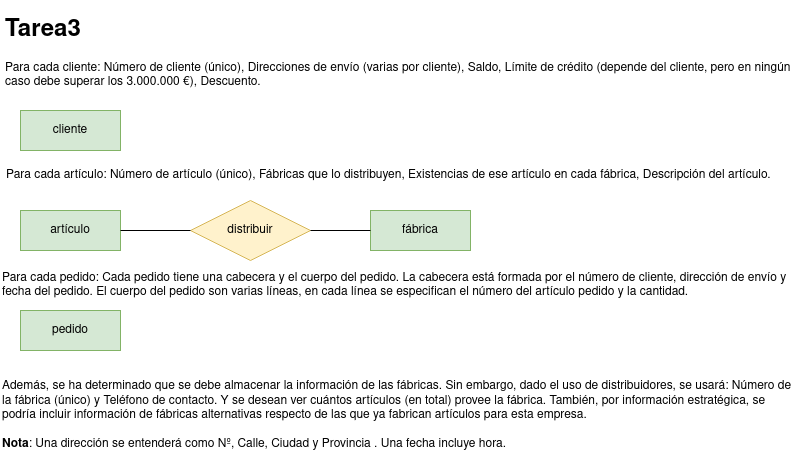
Before: tareasER/tarea3.png, a diagram exported from draw.io (javigh193/bae). Source tidied: cells renumbered, new cells last; positions are measured from the earlier drawing's top-left corner, leaving out a move shared by most shapes. Its diagram source:
```xml
<mxGraphModel>
  <root>
    <mxCell id="0" />
    <mxCell id="1" parent="0" />
    <mxCell id="2" value="&lt;h1&gt;Tarea3&lt;/h1&gt;&lt;div&gt;Para cada cliente: Número de cliente (único), Direcciones de envío (varias por cliente), Saldo, Límite de crédito (depende del cliente, pero en ningún caso debe superar los 3.000.000 €), Descuento.&lt;/div&gt;" style="text;html=1;strokeColor=none;fillColor=none;spacing=5;spacingTop=-20;whiteSpace=wrap;overflow=hidden;rounded=0;" parent="1" vertex="1">
      <mxGeometry width="800" height="90" as="geometry" />
    </mxCell>
    <mxCell id="3" value="cliente" style="whiteSpace=wrap;html=1;align=center;fillColor=#d5e8d4;strokeColor=#82b366;" parent="1" vertex="1">
      <mxGeometry x="20" y="100" width="100" height="40" as="geometry" />
    </mxCell>
    <mxCell id="4" value="Para cada artículo: Número de artículo (único), Fábricas que lo distribuyen, Existencias de ese artículo en cada fábrica, Descripción del artículo." style="text;html=1;strokeColor=none;fillColor=none;align=left;verticalAlign=middle;whiteSpace=wrap;rounded=0;" parent="1" vertex="1">
      <mxGeometry x="4" y="150" width="799" height="30" as="geometry" />
    </mxCell>
    <mxCell id="5" value="artículo" style="whiteSpace=wrap;html=1;align=center;fillColor=#d5e8d4;strokeColor=#82b366;" parent="1" vertex="1">
      <mxGeometry x="20" y="200" width="100" height="40" as="geometry" />
    </mxCell>
    <mxCell id="6" value="fábrica" style="whiteSpace=wrap;html=1;align=center;fillColor=#d5e8d4;strokeColor=#82b366;" parent="1" vertex="1">
      <mxGeometry x="370" y="200" width="100" height="40" as="geometry" />
    </mxCell>
    <mxCell id="7" value="distribuir" style="shape=rhombus;perimeter=rhombusPerimeter;whiteSpace=wrap;html=1;align=center;fillColor=#fff2cc;strokeColor=#d6b656;" parent="1" vertex="1">
      <mxGeometry x="190" y="190" width="120" height="60" as="geometry" />
    </mxCell>
    <mxCell id="8" style="endArrow=none;html=1;rounded=0;exitX=1;exitY=0.5;exitDx=0;exitDy=0;entryX=0;entryY=0.5;entryDx=0;entryDy=0;" parent="1" edge="1" source="7" target="6">
      <mxGeometry relative="1" as="geometry" />
    </mxCell>
    <mxCell id="9" style="endArrow=none;html=1;rounded=0;exitX=0;exitY=0.5;exitDx=0;exitDy=0;entryX=1;entryY=0.5;entryDx=0;entryDy=0;" parent="1" edge="1" source="7" target="5">
      <mxGeometry relative="1" as="geometry" />
    </mxCell>
    <mxCell id="10" value="Para cada pedido: Cada pedido tiene una cabecera y el cuerpo del pedido. La cabecera está formada por el número de cliente, dirección de envío y fecha del pedido. El cuerpo del pedido son varias líneas, en cada línea se especifican el número del artículo pedido y la cantidad." style="text;html=1;strokeColor=none;fillColor=none;align=left;verticalAlign=middle;whiteSpace=wrap;rounded=0;" parent="1" vertex="1">
      <mxGeometry y="260" width="799" height="30" as="geometry" />
    </mxCell>
    <mxCell id="11" value="&lt;div&gt;pedido&lt;/div&gt;" style="whiteSpace=wrap;html=1;align=center;fillColor=#d5e8d4;strokeColor=#82b366;" parent="1" vertex="1">
      <mxGeometry x="20" y="300" width="100" height="40" as="geometry" />
    </mxCell>
    <mxCell id="12" value="&lt;div&gt;Además, se ha determinado que se debe almacenar la información de las fábricas. Sin embargo, dado el uso de distribuidores, se usará: Número de la fábrica (único) y Teléfono de contacto. Y se desean ver cuántos artículos (en total) provee la fábrica. También, por información estratégica, se podría incluir información de fábricas alternativas respecto de las que ya fabrican artículos para esta empresa.&lt;/div&gt;&lt;div&gt;&lt;br&gt;&lt;/div&gt;&lt;div&gt;&lt;strong&gt;Nota&lt;/strong&gt;: Una dirección se entenderá como Nº, Calle, Ciudad y Provincia . Una fecha incluye hora.&lt;/div&gt;" style="text;html=1;strokeColor=none;fillColor=none;align=left;verticalAlign=middle;whiteSpace=wrap;rounded=0;" parent="1" vertex="1">
      <mxGeometry y="360" width="799" height="90" as="geometry" />
    </mxCell>
  </root>
</mxGraphModel>
```
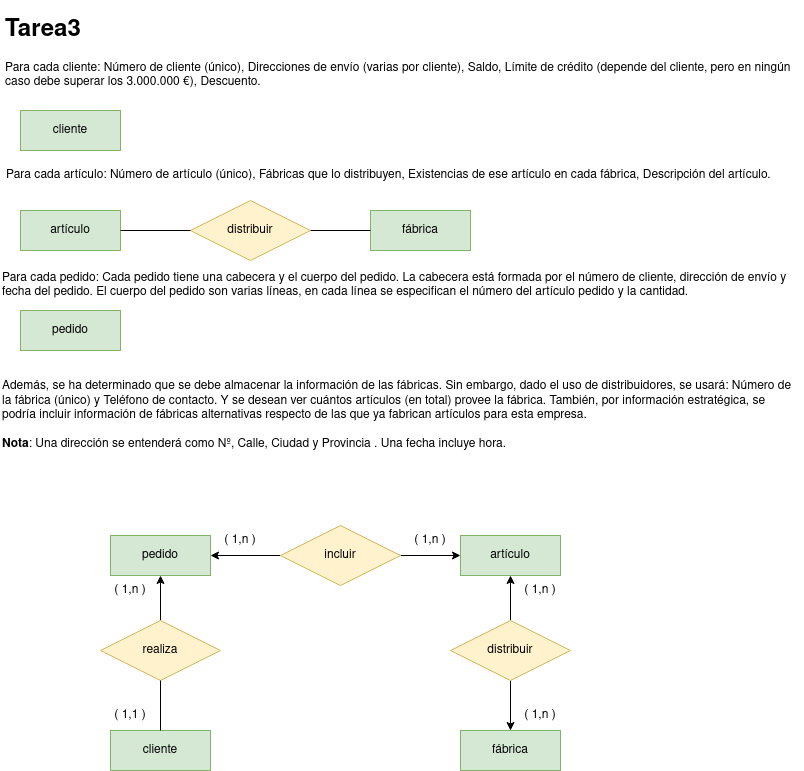
After the commit.

What changed in the source:
```diff
@@ -35,5 +35,62 @@
     <mxCell id="12" value="&lt;div&gt;Además, se ha determinado que se debe almacenar la información de las fábricas. Sin embargo, dado el uso de distribuidores, se usará: Número de la fábrica (único) y Teléfono de contacto. Y se desean ver cuántos artículos (en total) provee la fábrica. También, por información estratégica, se podría incluir información de fábricas alternativas respecto de las que ya fabrican artículos para esta empresa.&lt;/div&gt;&lt;div&gt;&lt;br&gt;&lt;/div&gt;&lt;div&gt;&lt;strong&gt;Nota&lt;/strong&gt;: Una dirección se entenderá como Nº, Calle, Ciudad y Provincia . Una fecha incluye hora.&lt;/div&gt;" style="text;html=1;strokeColor=none;fillColor=none;align=left;verticalAlign=middle;whiteSpace=wrap;rounded=0;" parent="1" vertex="1">
       <mxGeometry y="360" width="799" height="90" as="geometry" />
     </mxCell>
+    <mxCell id="13" value="&lt;div&gt;pedido&lt;/div&gt;" style="whiteSpace=wrap;html=1;align=center;fillColor=#d5e8d4;strokeColor=#82b366;" parent="1" vertex="1">
+      <mxGeometry x="110" y="525" width="100" height="40" as="geometry" />
+    </mxCell>
+    <mxCell id="14" value="cliente" style="whiteSpace=wrap;html=1;align=center;fillColor=#d5e8d4;strokeColor=#82b366;" parent="1" vertex="1">
+      <mxGeometry x="110" y="720" width="100" height="40" as="geometry" />
+    </mxCell>
+    <mxCell id="15" style="edgeStyle=orthogonalEdgeStyle;rounded=0;jettySize=auto;html=1;entryX=0.5;entryY=1;entryDx=0;entryDy=0;" parent="1" edge="1" source="16" target="13">
+      <mxGeometry relative="1" as="geometry" />
+    </mxCell>
+    <mxCell id="16" value="realiza" style="shape=rhombus;perimeter=rhombusPerimeter;whiteSpace=wrap;html=1;align=center;fillColor=#fff2cc;strokeColor=#d6b656;" parent="1" vertex="1">
+      <mxGeometry x="100" y="610" width="120" height="60" as="geometry" />
+    </mxCell>
+    <mxCell id="17" value="artículo" style="whiteSpace=wrap;html=1;align=center;fillColor=#d5e8d4;strokeColor=#82b366;" parent="1" vertex="1">
+      <mxGeometry x="460" y="525" width="100" height="40" as="geometry" />
+    </mxCell>
+    <mxCell id="18" style="edgeStyle=orthogonalEdgeStyle;rounded=0;jettySize=auto;html=1;entryX=0;entryY=0.5;entryDx=0;entryDy=0;" parent="1" edge="1" source="20" target="17">
+      <mxGeometry relative="1" as="geometry" />
+    </mxCell>
+    <mxCell id="19" style="edgeStyle=orthogonalEdgeStyle;rounded=0;jettySize=auto;html=1;entryX=1;entryY=0.5;entryDx=0;entryDy=0;" parent="1" edge="1" source="20" target="13">
+      <mxGeometry relative="1" as="geometry" />
+    </mxCell>
+    <mxCell id="20" value="incluir" style="shape=rhombus;perimeter=rhombusPerimeter;whiteSpace=wrap;html=1;align=center;fillColor=#fff2cc;strokeColor=#d6b656;" parent="1" vertex="1">
+      <mxGeometry x="280" y="515" width="120" height="60" as="geometry" />
+    </mxCell>
+    <mxCell id="21" value="fábrica" style="whiteSpace=wrap;html=1;align=center;fillColor=#d5e8d4;strokeColor=#82b366;" parent="1" vertex="1">
+      <mxGeometry x="460" y="720" width="100" height="40" as="geometry" />
+    </mxCell>
+    <mxCell id="22" style="edgeStyle=orthogonalEdgeStyle;rounded=0;jettySize=auto;html=1;entryX=0.5;entryY=0;entryDx=0;entryDy=0;" parent="1" edge="1" source="24" target="21">
+      <mxGeometry relative="1" as="geometry" />
+    </mxCell>
+    <mxCell id="23" style="edgeStyle=orthogonalEdgeStyle;rounded=0;jettySize=auto;html=1;entryX=0.5;entryY=1;entryDx=0;entryDy=0;" parent="1" edge="1" source="24" target="17">
+      <mxGeometry relative="1" as="geometry" />
+    </mxCell>
+    <mxCell id="24" value="distribuir" style="shape=rhombus;perimeter=rhombusPerimeter;whiteSpace=wrap;html=1;align=center;fillColor=#fff2cc;strokeColor=#d6b656;" parent="1" vertex="1">
+      <mxGeometry x="450" y="610" width="120" height="60" as="geometry" />
+    </mxCell>
+    <mxCell id="25" style="endArrow=none;html=1;rounded=0;exitX=0.5;exitY=1;exitDx=0;exitDy=0;entryX=0.5;entryY=0;entryDx=0;entryDy=0;" parent="1" edge="1" source="16" target="14">
+      <mxGeometry relative="1" as="geometry" />
+    </mxCell>
+    <mxCell id="26" value="( 1,n )" style="text;html=1;strokeColor=none;fillColor=none;align=center;verticalAlign=middle;whiteSpace=wrap;rounded=0;" parent="1" vertex="1">
+      <mxGeometry x="400" y="515" width="60" height="30" as="geometry" />
+    </mxCell>
+    <mxCell id="27" value="( 1,n )" style="text;html=1;strokeColor=none;fillColor=none;align=center;verticalAlign=middle;whiteSpace=wrap;rounded=0;" parent="1" vertex="1">
+      <mxGeometry x="100" y="565" width="60" height="30" as="geometry" />
+    </mxCell>
+    <mxCell id="28" value="( 1,n )" style="text;html=1;strokeColor=none;fillColor=none;align=center;verticalAlign=middle;whiteSpace=wrap;rounded=0;" parent="1" vertex="1">
+      <mxGeometry x="510" y="565" width="60" height="30" as="geometry" />
+    </mxCell>
+    <mxCell id="29" value="( 1,n )" style="text;html=1;strokeColor=none;fillColor=none;align=center;verticalAlign=middle;whiteSpace=wrap;rounded=0;" parent="1" vertex="1">
+      <mxGeometry x="510" y="690" width="60" height="30" as="geometry" />
+    </mxCell>
+    <mxCell id="30" value="( 1,n )" style="text;html=1;strokeColor=none;fillColor=none;align=center;verticalAlign=middle;whiteSpace=wrap;rounded=0;" parent="1" vertex="1">
+      <mxGeometry x="210" y="515" width="60" height="30" as="geometry" />
+    </mxCell>
+    <mxCell id="31" value="( 1,1 )" style="text;html=1;strokeColor=none;fillColor=none;align=center;verticalAlign=middle;whiteSpace=wrap;rounded=0;" parent="1" vertex="1">
+      <mxGeometry x="100" y="690" width="60" height="30" as="geometry" />
+    </mxCell>
   </root>
 </mxGraphModel>
```
